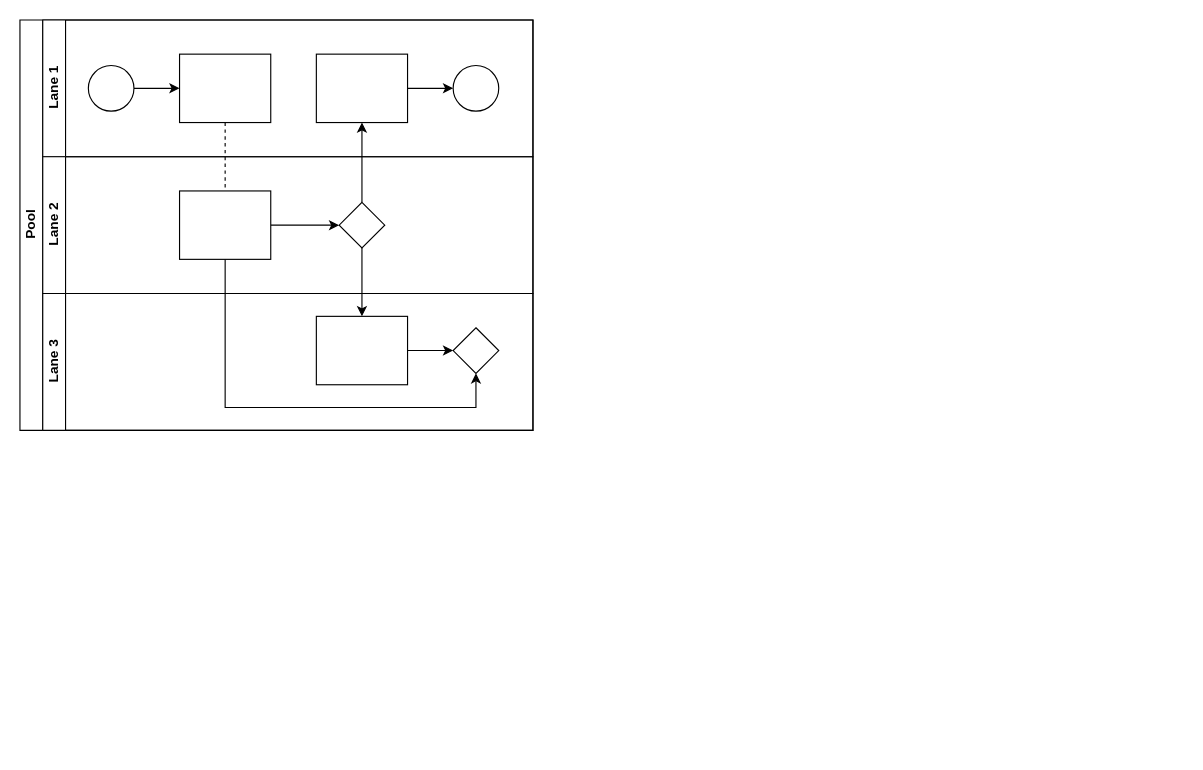
Before: activity.drawio in forthegame/ANU2024, a draw.io diagram. Source tidied: cells renumbered, new cells numbered last; positions are measured from the earlier drawing's top-left corner, leaving out a move shared by most shapes. Both pictures are drawn from the tidied source at 114%, with x=0, y=0 at pixel (19, 19).
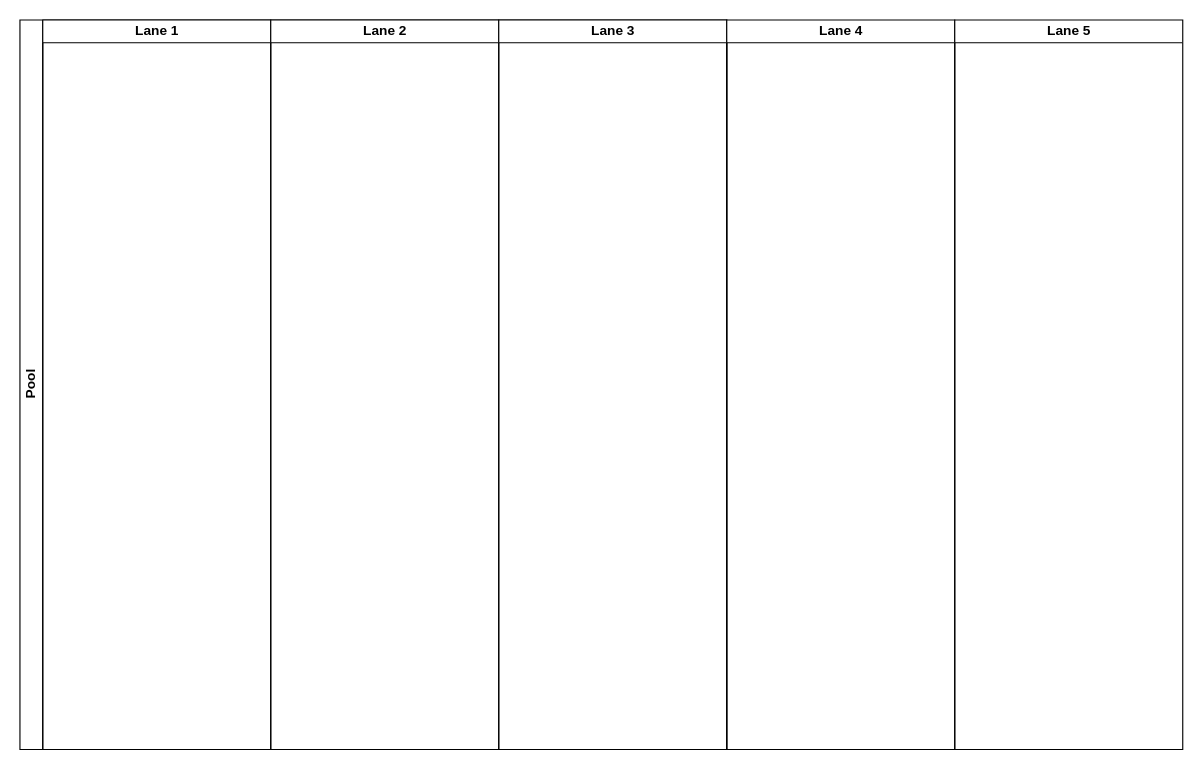
Above is the later version.

Diff of the diagram source:
```diff
@@
-    <mxCell id="2" value="Pool" style="swimlane;html=1;horizontal=0;startSize=20;" parent="1" vertex="1">
-      <mxGeometry width="450" height="360" as="geometry" />
+    <mxCell id="2" value="Pool" style="swimlane;html=1;startSize=20;horizontal=0;" parent="1" vertex="1">
+      <mxGeometry width="620" height="640" as="geometry" />
     </mxCell>
-    <mxCell id="3" style="edgeStyle=orthogonalEdgeStyle;rounded=0;jettySize=auto;html=1;dashed=1;endArrow=none;endFill=0;" parent="2" edge="1" source="10" target="16">
-      <mxGeometry relative="1" as="geometry" />
-    </mxCell>
-    <mxCell id="4" style="edgeStyle=orthogonalEdgeStyle;rounded=0;jettySize=auto;html=1;endArrow=classic;endFill=1;" parent="2" edge="1" source="17" target="12">
-      <mxGeometry relative="1" as="geometry" />
-    </mxCell>
-    <mxCell id="5" style="edgeStyle=orthogonalEdgeStyle;rounded=0;jettySize=auto;html=1;endArrow=classic;endFill=1;" parent="2" edge="1" source="17" target="20">
-      <mxGeometry relative="1" as="geometry" />
-    </mxCell>
-    <mxCell id="6" style="edgeStyle=orthogonalEdgeStyle;rounded=0;jettySize=auto;html=1;endArrow=classic;endFill=1;" parent="2" edge="1" source="16" target="21">
-      <mxGeometry relative="1" as="geometry">
-        <Array as="points">
-          <mxPoint x="180" y="340" />
-          <mxPoint x="400" y="340" />
-        </Array>
-      </mxGeometry>
-    </mxCell>
-    <mxCell id="7" value="Lane 1" style="swimlane;html=1;startSize=20;horizontal=0;" parent="2" vertex="1">
-      <mxGeometry x="20" width="430" height="120" as="geometry" />
+    <mxCell id="7" value="Lane 1" style="swimlane;html=1;startSize=20;" parent="2" vertex="1">
+      <mxGeometry x="20" width="200" height="640" as="geometry" />
     </mxCell>
-    <mxCell id="8" style="edgeStyle=orthogonalEdgeStyle;rounded=0;jettySize=auto;html=1;" parent="7" edge="1" source="9" target="10">
-      <mxGeometry relative="1" as="geometry" />
-    </mxCell>
-    <mxCell id="9" style="ellipse;whiteSpace=wrap;html=1;" parent="7" vertex="1">
-      <mxGeometry x="40" y="40" width="40" height="40" as="geometry" />
-    </mxCell>
-    <mxCell id="10" style="rounded=0;whiteSpace=wrap;html=1;fontFamily=Helvetica;fontSize=12;fontColor=#000000;align=center;" parent="7" vertex="1">
-      <mxGeometry x="120" y="30" width="80" height="60" as="geometry" />
-    </mxCell>
-    <mxCell id="11" style="edgeStyle=orthogonalEdgeStyle;rounded=0;jettySize=auto;html=1;endArrow=classic;endFill=1;" parent="7" edge="1" source="12" target="13">
-      <mxGeometry relative="1" as="geometry" />
-    </mxCell>
-    <mxCell id="12" style="rounded=0;whiteSpace=wrap;html=1;fontFamily=Helvetica;fontSize=12;fontColor=#000000;align=center;" parent="7" vertex="1">
-      <mxGeometry x="240" y="30" width="80" height="60" as="geometry" />
-    </mxCell>
-    <mxCell id="13" style="ellipse;whiteSpace=wrap;html=1;" parent="7" vertex="1">
-      <mxGeometry x="360" y="40" width="40" height="40" as="geometry" />
-    </mxCell>
-    <mxCell id="14" value="Lane 2" style="swimlane;html=1;startSize=20;horizontal=0;" parent="2" vertex="1">
-      <mxGeometry x="20" y="120" width="430" height="120" as="geometry" />
+    <mxCell id="14" value="Lane 2" style="swimlane;html=1;startSize=20;" parent="2" vertex="1">
+      <mxGeometry x="220" width="200" height="640" as="geometry" />
     </mxCell>
-    <mxCell id="15" style="edgeStyle=orthogonalEdgeStyle;rounded=0;jettySize=auto;html=1;endArrow=classic;endFill=1;" parent="14" edge="1" source="16" target="17">
-      <mxGeometry relative="1" as="geometry" />
-    </mxCell>
-    <mxCell id="16" style="rounded=0;whiteSpace=wrap;html=1;fontFamily=Helvetica;fontSize=12;fontColor=#000000;align=center;" parent="14" vertex="1">
-      <mxGeometry x="120" y="30" width="80" height="60" as="geometry" />
-    </mxCell>
-    <mxCell id="17" style="rhombus;whiteSpace=wrap;html=1;fontFamily=Helvetica;fontSize=12;fontColor=#000000;align=center;" parent="14" vertex="1">
-      <mxGeometry x="260" y="40" width="40" height="40" as="geometry" />
-    </mxCell>
-    <mxCell id="18" value="Lane 3" style="swimlane;html=1;startSize=20;horizontal=0;" parent="2" vertex="1">
-      <mxGeometry x="20" y="240" width="430" height="120" as="geometry" />
+    <mxCell id="18" value="Lane 3" style="swimlane;html=1;startSize=20;" parent="2" vertex="1">
+      <mxGeometry x="420" width="200" height="640" as="geometry" />
     </mxCell>
-    <mxCell id="19" style="edgeStyle=orthogonalEdgeStyle;rounded=0;jettySize=auto;html=1;endArrow=classic;endFill=1;" parent="18" edge="1" source="20" target="21">
-      <mxGeometry relative="1" as="geometry" />
-    </mxCell>
-    <mxCell id="20" style="rounded=0;whiteSpace=wrap;html=1;fontFamily=Helvetica;fontSize=12;fontColor=#000000;align=center;" parent="18" vertex="1">
-      <mxGeometry x="240" y="20" width="80" height="60" as="geometry" />
-    </mxCell>
-    <mxCell id="21" style="rhombus;whiteSpace=wrap;html=1;fontFamily=Helvetica;fontSize=12;fontColor=#000000;align=center;" parent="18" vertex="1">
-      <mxGeometry x="360" y="30" width="40" height="40" as="geometry" />
-    </mxCell>
+    <mxCell id="22" value="Lane 4" style="swimlane;html=1;startSize=20;" parent="1" vertex="1">
+      <mxGeometry x="620" width="200" height="640" as="geometry" />
+    </mxCell>
+    <mxCell id="23" value="Lane 5" style="swimlane;html=1;startSize=20;" parent="1" vertex="1">
+      <mxGeometry x="820" width="200" height="640" as="geometry" />
+    </mxCell>
```
